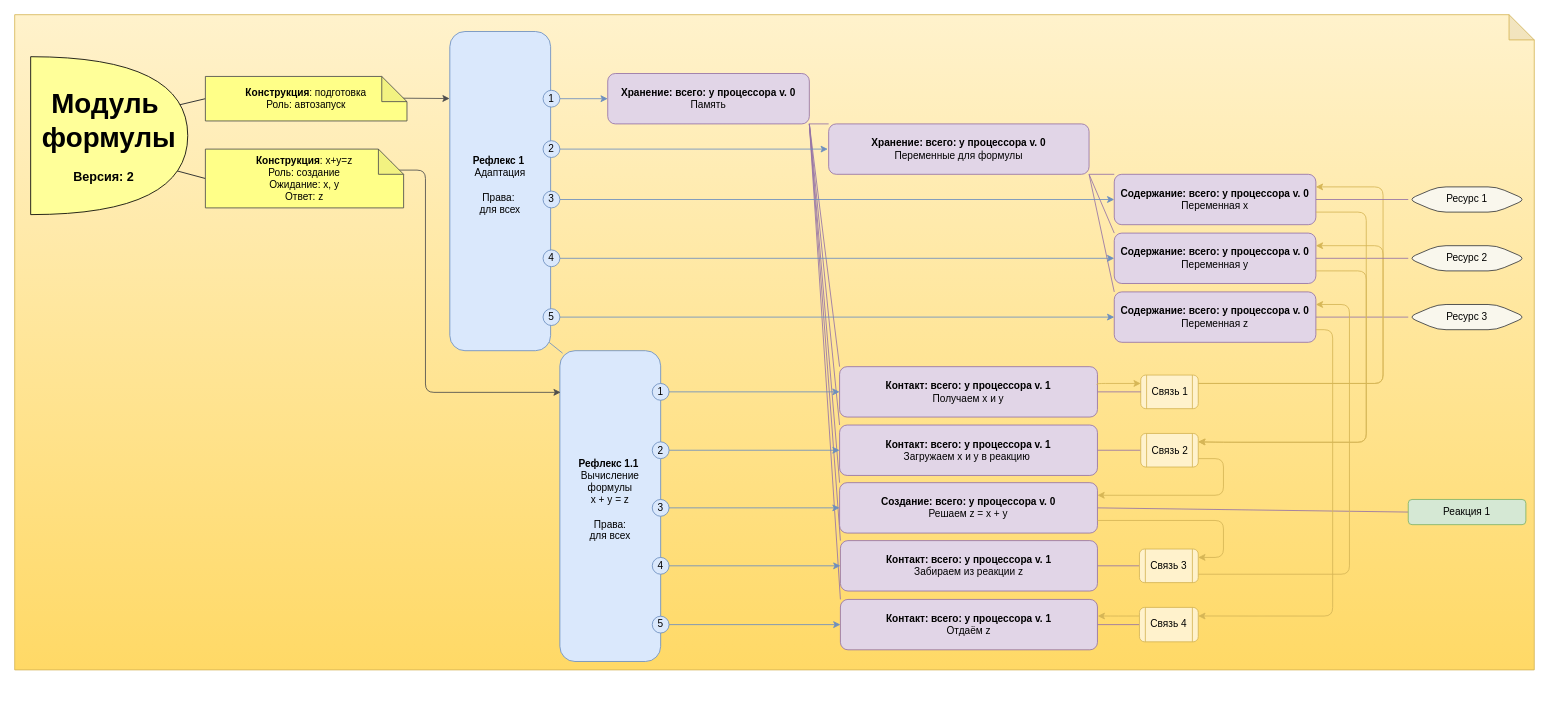
Earlier version of the draw.io diagram Картинки/Module.drawio (it-architector/invention.csdr). Source tidied: cells renumbered, new cells numbered last; positions are measured from the earlier drawing's top-left corner, leaving out a move shared by most shapes. Both pictures are drawn from the tidied source at 84%, with x=0, y=0 at pixel (14, 14).
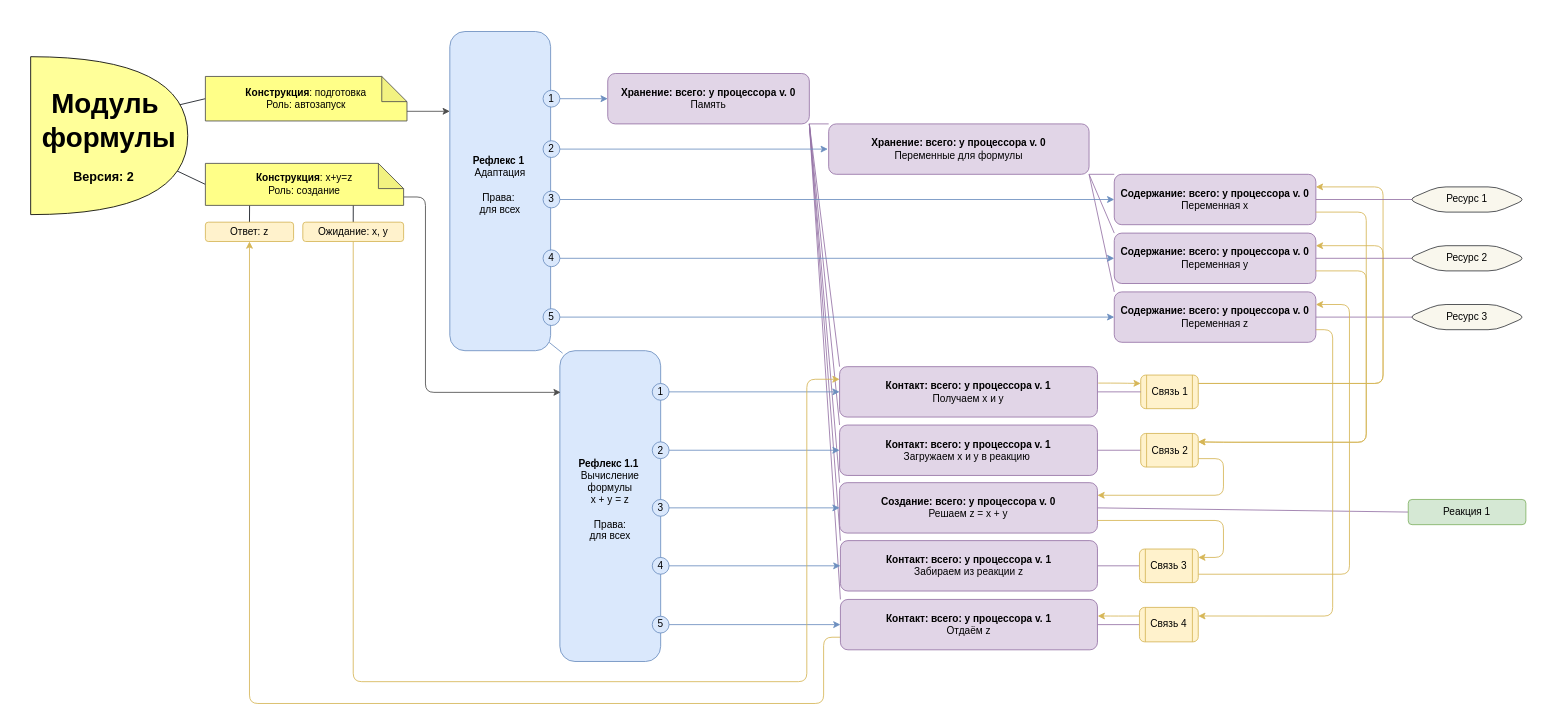
The same page after the edit.

Commit message (it also covers changes not shown here):
Цикл на конструкторе

The change refers to these unchanged cells:
```xml
<mxCell id="11" value="&lt;b&gt;Содержание: всего: у&amp;nbsp;&lt;/b&gt;&lt;b&gt;процессора&lt;/b&gt;&lt;b&gt;&amp;nbsp;v. 0&lt;/b&gt;&lt;br&gt;Переменная z" style="rounded=1;whiteSpace=wrap;html=1;fillColor=#e1d5e7;strokeColor=#9673a6;" parent="1" vertex="1">
  <mxGeometry x="1309" y="330" width="240" height="60" as="geometry" />
</mxCell>
<mxCell id="14" value="Связь 1" style="shape=process;whiteSpace=wrap;html=1;backgroundOutline=1;fillColor=#fff2cc;strokeColor=#D6B656;rotation=0;glass=0;rounded=1;comic=0;" parent="1" vertex="1">
  <mxGeometry x="1340.5" y="429" width="68.5" height="40" as="geometry" />
</mxCell>
<mxCell id="20" value="&lt;b&gt;Содержание: всего: у&amp;nbsp;&lt;/b&gt;&lt;b&gt;процессора&lt;/b&gt;&lt;b&gt;&amp;nbsp;v. 0&lt;/b&gt;&lt;br&gt;Переменная x" style="rounded=1;whiteSpace=wrap;html=1;fillColor=#e1d5e7;strokeColor=#9673A6;" parent="1" vertex="1">
  <mxGeometry x="1309" y="190" width="240" height="60" as="geometry" />
</mxCell>
<mxCell id="22" value="&lt;b&gt;Содержание: всего: у&amp;nbsp;&lt;/b&gt;&lt;b&gt;процессора&lt;/b&gt;&lt;b&gt;&amp;nbsp;v. 0&lt;/b&gt;&lt;br&gt;Переменная y" style="rounded=1;whiteSpace=wrap;html=1;fillColor=#e1d5e7;strokeColor=#9673a6;" parent="1" vertex="1">
  <mxGeometry x="1309" y="260" width="240" height="60" as="geometry" />
</mxCell>
<mxCell id="24" value="&lt;b&gt;Контакт&lt;/b&gt;&lt;b&gt;: всего&lt;/b&gt;&lt;b&gt;: у&amp;nbsp;&lt;/b&gt;&lt;b&gt;процессора&lt;/b&gt;&lt;b&gt;&amp;nbsp;v. 1&lt;/b&gt;&lt;br&gt;Получаем x и y" style="rounded=1;whiteSpace=wrap;html=1;fillColor=#e1d5e7;strokeColor=#9673A6;gradientColor=none;" parent="1" vertex="1">
  <mxGeometry x="982" y="419" width="307" height="60" as="geometry" />
</mxCell>
<mxCell id="30" value="&lt;b&gt;Контакт&lt;/b&gt;&lt;b&gt;:&amp;nbsp;&lt;/b&gt;&lt;b&gt;всего&lt;/b&gt;&lt;b&gt;: у&amp;nbsp;&lt;/b&gt;&lt;b&gt;процессора&lt;/b&gt;&lt;b&gt;&amp;nbsp;v. 1&lt;/b&gt;&lt;br&gt;Отдаём z" style="rounded=1;whiteSpace=wrap;html=1;fillColor=#e1d5e7;strokeColor=#9673a6;gradientColor=none;" parent="1" vertex="1">
  <mxGeometry x="983" y="696.1" width="306" height="60" as="geometry" />
</mxCell>
<mxCell id="37" value="&lt;b&gt;Рефлекс 1.1&lt;/b&gt;&lt;span&gt;&amp;nbsp;&lt;/span&gt;&lt;br&gt;&lt;span&gt;Вычисление формулы &lt;br&gt;x + y = z&lt;br&gt;&lt;br&gt;Права: &lt;br&gt;для всех&lt;br&gt;&lt;br&gt;&lt;/span&gt;" style="rounded=1;whiteSpace=wrap;html=1;strokeColor=#6C8EBF;fillColor=#DAE8FC;align=center;verticalAlign=middle;" parent="1" vertex="1">
  <mxGeometry x="649" y="400" width="120" height="370" as="geometry" />
</mxCell>
<mxCell id="57" value="Ресурс 1" style="shape=hexagon;perimeter=hexagonPerimeter2;whiteSpace=wrap;html=1;fillColor=#f9f7ed;strokeColor=#36393d;rounded=1;" parent="1" vertex="1">
  <mxGeometry x="1659" y="205" width="140" height="30" as="geometry" />
</mxCell>
<mxCell id="59" value="Ресурс 2" style="shape=hexagon;perimeter=hexagonPerimeter2;whiteSpace=wrap;html=1;fillColor=#f9f7ed;strokeColor=#36393d;rounded=1;" parent="1" vertex="1">
  <mxGeometry x="1659" y="275" width="140" height="30" as="geometry" />
</mxCell>
<mxCell id="61" value="Ресурс 3" style="shape=hexagon;perimeter=hexagonPerimeter2;whiteSpace=wrap;html=1;fillColor=#f9f7ed;strokeColor=#36393d;rounded=1;" parent="1" vertex="1">
  <mxGeometry x="1659" y="345" width="140" height="30" as="geometry" />
</mxCell>
<mxCell id="66" value="&lt;b&gt;Конструкция&lt;/b&gt;:&amp;nbsp;подготовка&lt;br&gt;Роль: автозапуск" style="shape=note;whiteSpace=wrap;html=1;backgroundOutline=1;darkOpacity=0.05;fillColor=#FFFF88;strokeColor=#4D4D4D;" parent="1" vertex="1">
  <mxGeometry x="227" y="73.5" width="240" height="53" as="geometry" />
</mxCell>
<mxCell id="68" value="&lt;b&gt;Рефлекс 1&lt;/b&gt;&lt;span&gt;&amp;nbsp;&lt;/span&gt;&lt;br&gt;&lt;span&gt;Адаптация&lt;br&gt;&lt;br&gt;&lt;/span&gt;Права:&amp;nbsp;&lt;br&gt;для всех&lt;span&gt;&lt;br&gt;&lt;br&gt;&lt;/span&gt;" style="rounded=1;whiteSpace=wrap;html=1;strokeColor=#6C8EBF;fillColor=#DAE8FC;align=center;verticalAlign=middle;" parent="1" vertex="1">
  <mxGeometry x="518" y="20" width="120" height="380" as="geometry" />
</mxCell>
```

What changed in the source:
```diff
@@
-    <mxCell id="2" style="shape=note;whiteSpace=wrap;html=1;backgroundOutline=1;darkOpacity=0.05;fillColor=#fff2cc;strokeColor=#d6b656;gradientColor=#ffd966;" parent="1" vertex="1">
-      <mxGeometry width="1809" height="780" as="geometry" />
-    </mxCell>
@@
-    <mxCell id="10" style="edgeStyle=orthogonalEdgeStyle;rounded=0;jettySize=auto;html=1;exitX=1;exitY=0.5;exitDx=0;exitDy=0;entryX=0;entryY=0.5;entryDx=0;entryDy=0;strokeColor=#9673A6;endArrow=none;endFill=0;" parent="1" edge="1" source="11" target="61">
+    <mxCell id="10" style="edgeStyle=orthogonalEdgeStyle;rounded=0;jettySize=auto;html=1;exitX=1;exitY=0.5;exitDx=0;exitDy=0;entryX=0.257;entryY=0.5;entryDx=0;entryDy=0;strokeColor=#9673A6;endArrow=none;endFill=0;entryPerimeter=0;" parent="1" edge="1" source="11" target="61">
       <mxGeometry relative="1" as="geometry" />
     </mxCell>
@@
-    <mxCell id="19" style="edgeStyle=orthogonalEdgeStyle;rounded=0;jettySize=auto;html=1;exitX=1;exitY=0.5;exitDx=0;exitDy=0;entryX=0;entryY=0.5;entryDx=0;entryDy=0;strokeColor=#9673A6;endArrow=none;endFill=0;" parent="1" edge="1" source="20" target="57">
+    <mxCell id="19" style="edgeStyle=orthogonalEdgeStyle;rounded=0;jettySize=auto;html=1;exitX=1;exitY=0.5;exitDx=0;exitDy=0;strokeColor=#9673A6;endArrow=none;endFill=0;entryX=0.143;entryY=0.5;entryDx=0;entryDy=0;entryPerimeter=0;" parent="1" edge="1" source="20" target="57">
       <mxGeometry relative="1" as="geometry" />
     </mxCell>
@@
-    <mxCell id="21" style="edgeStyle=orthogonalEdgeStyle;rounded=0;jettySize=auto;html=1;exitX=1;exitY=0.5;exitDx=0;exitDy=0;entryX=0;entryY=0.5;entryDx=0;entryDy=0;strokeColor=#9673A6;endArrow=none;endFill=0;" parent="1" edge="1" source="22" target="59">
+    <mxCell id="21" style="edgeStyle=orthogonalEdgeStyle;rounded=0;jettySize=auto;html=1;exitX=1;exitY=0.5;exitDx=0;exitDy=0;strokeColor=#9673A6;endArrow=none;endFill=0;entryX=0.114;entryY=0.5;entryDx=0;entryDy=0;entryPerimeter=0;" parent="1" edge="1" source="22" target="59">
       <mxGeometry relative="1" as="geometry" />
     </mxCell>
@@
+    <mxCell id="63" style="edgeStyle=orthogonalEdgeStyle;rounded=1;jettySize=auto;html=1;exitX=1.003;exitY=0.326;exitDx=0;exitDy=0;entryX=0;entryY=0.25;entryDx=0;entryDy=0;endArrow=classic;endFill=1;exitPerimeter=0;strokeColor=#D6B656;" parent="1" edge="1" source="24" target="14">
+      <mxGeometry relative="1" as="geometry" />
+    </mxCell>
@@
+    <mxCell id="78" style="edgeStyle=orthogonalEdgeStyle;rounded=1;jettySize=auto;html=1;exitX=0;exitY=0.75;exitDx=0;exitDy=0;entryX=0.5;entryY=1;entryDx=0;entryDy=0;endArrow=classic;endFill=1;strokeColor=#D6B656;" parent="1" edge="1" source="30" target="83">
+      <mxGeometry relative="1" as="geometry">
+        <Array as="points">
+          <mxPoint x="963" y="741" />
+          <mxPoint x="963" y="820" />
+          <mxPoint x="280" y="820" />
+        </Array>
+      </mxGeometry>
+    </mxCell>
@@
-    <mxCell id="53" style="rounded=1;jettySize=auto;html=1;exitX=0;exitY=0;exitDx=221;exitDy=15;exitPerimeter=0;endArrow=classic;endFill=1;strokeColor=#4D4D4D;edgeStyle=orthogonalEdgeStyle;entryX=0.008;entryY=0.134;entryDx=0;entryDy=0;entryPerimeter=0;" parent="1" edge="1" source="55" target="37">
+    <mxCell id="53" style="rounded=1;jettySize=auto;html=1;endArrow=classic;endFill=1;strokeColor=#4D4D4D;edgeStyle=orthogonalEdgeStyle;entryX=0.008;entryY=0.134;entryDx=0;entryDy=0;entryPerimeter=0;exitX=0;exitY=0;exitDx=236;exitDy=40;exitPerimeter=0;" parent="1" edge="1" source="55" target="37">
       <mxGeometry relative="1" as="geometry">
         <Array as="points">
-          <mxPoint x="489" y="185" />
+          <mxPoint x="489" y="217" />
           <mxPoint x="489" y="450" />
         </Array>
       </mxGeometry>
     </mxCell>
@@
+    <mxCell id="79" style="edgeStyle=orthogonalEdgeStyle;rounded=1;jettySize=auto;html=1;exitX=0.746;exitY=0.978;exitDx=0;exitDy=0;exitPerimeter=0;entryX=0.5;entryY=0;entryDx=0;entryDy=0;endArrow=none;endFill=0;strokeColor=#10151C;" parent="1" edge="1" source="55" target="82">
+      <mxGeometry relative="1" as="geometry" />
+    </mxCell>
+    <mxCell id="80" style="edgeStyle=orthogonalEdgeStyle;rounded=1;jettySize=auto;html=1;entryX=0.5;entryY=0;entryDx=0;entryDy=0;endArrow=none;endFill=0;strokeColor=#10151C;exitX=0.223;exitY=0.997;exitDx=0;exitDy=0;exitPerimeter=0;" parent="1" edge="1" source="55" target="83">
+      <mxGeometry relative="1" as="geometry" />
+    </mxCell>
-    <mxCell id="55" value="&lt;b&gt;Конструкция&lt;/b&gt;:&amp;nbsp;x+y=z&lt;br&gt;Роль: создание&lt;br&gt;Ожидание: x, y&lt;br&gt;Ответ: z" style="shape=note;whiteSpace=wrap;html=1;backgroundOutline=1;darkOpacity=0.05;fillColor=#FFFF88;strokeColor=#4D4D4D;" parent="1" vertex="1">
-      <mxGeometry x="227" y="160" width="236" height="70" as="geometry" />
+    <mxCell id="55" value="&lt;b&gt;Конструкция&lt;/b&gt;:&amp;nbsp;x+y=z&lt;br&gt;Роль: создание&lt;br&gt;" style="shape=note;whiteSpace=wrap;html=1;backgroundOutline=1;darkOpacity=0.05;fillColor=#FFFF88;strokeColor=#4D4D4D;" parent="1" vertex="1">
+      <mxGeometry x="227" y="177" width="236" height="50" as="geometry" />
     </mxCell>
@@
-    <mxCell id="63" style="edgeStyle=orthogonalEdgeStyle;rounded=1;jettySize=auto;html=1;exitX=0.998;exitY=0.358;exitDx=0;exitDy=0;entryX=0;entryY=0.25;entryDx=0;entryDy=0;strokeColor=#D6B656;exitPerimeter=0;" parent="1" edge="1" source="24" target="14">
-      <mxGeometry relative="1" as="geometry">
-        <Array as="points">
-          <mxPoint x="1288" y="439" />
-        </Array>
-      </mxGeometry>
-    </mxCell>
-    <mxCell id="64" style="rounded=1;jettySize=auto;html=1;exitX=0.954;exitY=0.488;exitDx=0;exitDy=0;exitPerimeter=0;endArrow=classic;endFill=1;strokeColor=#4D4D4D;entryX=-0.002;entryY=0.21;entryDx=0;entryDy=0;entryPerimeter=0;" parent="1" edge="1" source="66" target="68">
+    <mxCell id="64" style="rounded=1;jettySize=auto;html=1;exitX=0;exitY=0;exitDx=240;exitDy=41.5;exitPerimeter=0;endArrow=classic;endFill=1;strokeColor=#4D4D4D;entryX=0;entryY=0.25;entryDx=0;entryDy=0;" parent="1" edge="1" source="66" target="68">
       <mxGeometry relative="1" as="geometry" />
     </mxCell>
@@
+    <mxCell id="81" style="edgeStyle=orthogonalEdgeStyle;rounded=1;jettySize=auto;html=1;exitX=0.5;exitY=1;exitDx=0;exitDy=0;endArrow=classic;endFill=1;strokeColor=#D6B656;entryX=0;entryY=0.25;entryDx=0;entryDy=0;" parent="1" edge="1" source="82" target="24">
+      <mxGeometry relative="1" as="geometry">
+        <Array as="points">
+          <mxPoint x="403" y="794" />
+          <mxPoint x="943" y="794" />
+          <mxPoint x="943" y="434" />
+        </Array>
+      </mxGeometry>
+    </mxCell>
+    <mxCell id="82" value="&lt;span&gt;Ожидание: x, y&lt;/span&gt;" style="rounded=1;whiteSpace=wrap;html=1;glass=0;comic=0;strokeColor=#D6B656;fillColor=#FFF2CC;" parent="1" vertex="1">
+      <mxGeometry x="343" y="247" width="120" height="23" as="geometry" />
+    </mxCell>
+    <mxCell id="83" value="Ответ: z" style="rounded=1;whiteSpace=wrap;html=1;glass=0;comic=0;strokeColor=#D6B656;fillColor=#FFF2CC;" parent="1" vertex="1">
+      <mxGeometry x="227" y="247" width="105" height="23" as="geometry" />
+    </mxCell>
```
